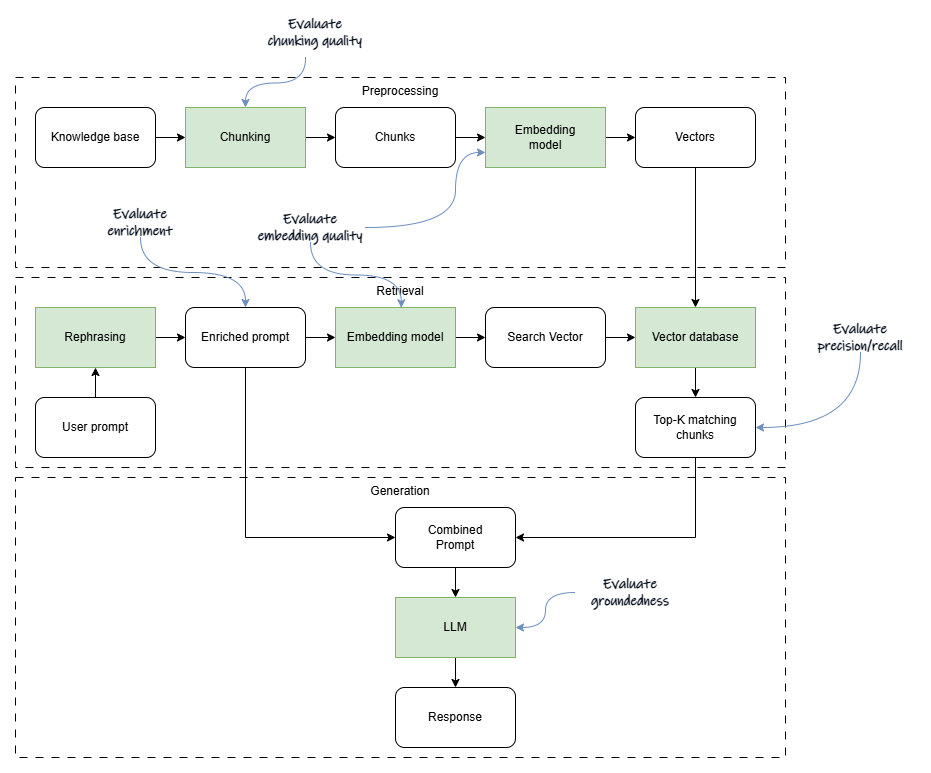
wmeints/effective-llm-applications keeps this draw.io diagram as manuscript/resources/rag-evaluation-controls.png. Above is the earlier version. Source tidied: cells renumbered, new cells last; positions are measured from the earlier drawing's top-left corner, leaving out a move shared by most shapes.
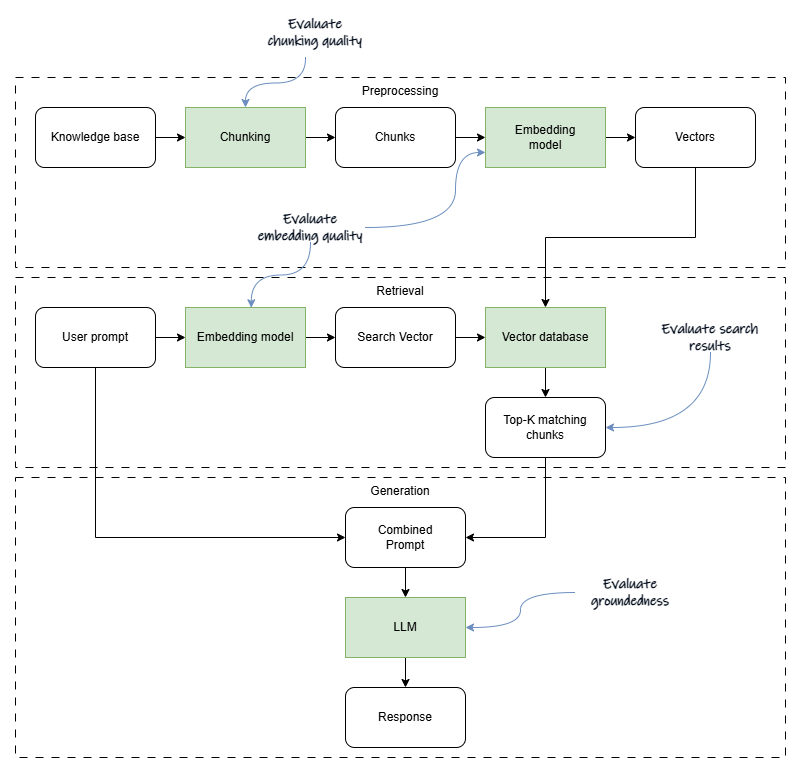
Above is the later version.

Commit message:
Add the start of the evaluation section

What changed in the source:
```diff
@@ -45,49 +45,49 @@
       <mxGeometry relative="1" as="geometry" />
     </mxCell>
     <mxCell id="16" value="Vector database" style="rounded=0;whiteSpace=wrap;html=1;fillColor=#d5e8d4;strokeColor=#82b366;" parent="1" vertex="1">
-      <mxGeometry x="620" y="290" width="120" height="60" as="geometry" />
+      <mxGeometry x="470" y="290" width="120" height="60" as="geometry" />
     </mxCell>
     <mxCell id="17" style="edgeStyle=orthogonalEdgeStyle;rounded=0;jettySize=auto;html=1;entryX=0;entryY=0.5;entryDx=0;entryDy=0;" parent="1" edge="1" source="18" target="27">
       <mxGeometry relative="1" as="geometry" />
     </mxCell>
     <mxCell id="18" value="Embedding model" style="rounded=0;whiteSpace=wrap;html=1;fillColor=#d5e8d4;strokeColor=#82b366;" parent="1" vertex="1">
-      <mxGeometry x="320" y="290" width="120" height="60" as="geometry" />
+      <mxGeometry x="170" y="290" width="120" height="60" as="geometry" />
     </mxCell>
-    <mxCell id="19" style="edgeStyle=orthogonalEdgeStyle;rounded=0;jettySize=auto;html=1;entryX=0;entryY=0.5;entryDx=0;entryDy=0;exitX=0.5;exitY=1;exitDx=0;exitDy=0;" parent="1" edge="1" source="43" target="25">
+    <mxCell id="19" style="edgeStyle=orthogonalEdgeStyle;rounded=0;jettySize=auto;html=1;entryX=0;entryY=0.5;entryDx=0;entryDy=0;" parent="1" edge="1" source="21" target="18">
       <mxGeometry relative="1" as="geometry" />
     </mxCell>
-    <mxCell id="20" style="edgeStyle=orthogonalEdgeStyle;rounded=0;jettySize=auto;html=1;entryX=0.5;entryY=1;entryDx=0;entryDy=0;" parent="1" edge="1" source="21" target="41">
+    <mxCell id="20" style="edgeStyle=orthogonalEdgeStyle;rounded=0;jettySize=auto;html=1;entryX=0;entryY=0.5;entryDx=0;entryDy=0;exitX=0.5;exitY=1;exitDx=0;exitDy=0;" parent="1" edge="1" source="21" target="25">
       <mxGeometry relative="1" as="geometry" />
     </mxCell>
     <mxCell id="21" value="User prompt" style="rounded=1;whiteSpace=wrap;html=1;" parent="1" vertex="1">
-      <mxGeometry x="20" y="380" width="120" height="60" as="geometry" />
+      <mxGeometry x="20" y="290" width="120" height="60" as="geometry" />
     </mxCell>
     <mxCell id="22" style="edgeStyle=orthogonalEdgeStyle;rounded=0;jettySize=auto;html=1;entryX=1;entryY=0.5;entryDx=0;entryDy=0;exitX=0.5;exitY=1;exitDx=0;exitDy=0;" parent="1" edge="1" source="23" target="25">
       <mxGeometry relative="1" as="geometry" />
     </mxCell>
     <mxCell id="23" value="Top-K matching chunks" style="rounded=1;whiteSpace=wrap;html=1;" parent="1" vertex="1">
-      <mxGeometry x="620" y="380" width="120" height="60" as="geometry" />
+      <mxGeometry x="470" y="380" width="120" height="60" as="geometry" />
     </mxCell>
     <mxCell id="24" style="edgeStyle=orthogonalEdgeStyle;rounded=0;jettySize=auto;html=1;entryX=0.5;entryY=0;entryDx=0;entryDy=0;" parent="1" edge="1" source="25" target="29">
       <mxGeometry relative="1" as="geometry" />
     </mxCell>
     <mxCell id="25" value="Combined&lt;div&gt;Prompt&lt;/div&gt;" style="rounded=1;whiteSpace=wrap;html=1;" parent="1" vertex="1">
-      <mxGeometry x="380" y="490" width="120" height="60" as="geometry" />
+      <mxGeometry x="330" y="490" width="120" height="60" as="geometry" />
     </mxCell>
     <mxCell id="26" style="edgeStyle=orthogonalEdgeStyle;rounded=0;jettySize=auto;html=1;entryX=0;entryY=0.5;entryDx=0;entryDy=0;" parent="1" edge="1" source="27" target="16">
       <mxGeometry relative="1" as="geometry" />
     </mxCell>
     <mxCell id="27" value="Search Vector" style="rounded=1;whiteSpace=wrap;html=1;" parent="1" vertex="1">
-      <mxGeometry x="470" y="290" width="120" height="60" as="geometry" />
+      <mxGeometry x="320" y="290" width="120" height="60" as="geometry" />
     </mxCell>
     <mxCell id="28" style="edgeStyle=orthogonalEdgeStyle;rounded=0;jettySize=auto;html=1;" parent="1" edge="1" source="29" target="30">
       <mxGeometry relative="1" as="geometry" />
     </mxCell>
     <mxCell id="29" value="LLM" style="rounded=0;whiteSpace=wrap;html=1;fillColor=#d5e8d4;strokeColor=#82b366;" parent="1" vertex="1">
-      <mxGeometry x="380" y="580" width="120" height="60" as="geometry" />
+      <mxGeometry x="330" y="580" width="120" height="60" as="geometry" />
     </mxCell>
     <mxCell id="30" value="Response" style="rounded=1;whiteSpace=wrap;html=1;" parent="1" vertex="1">
-      <mxGeometry x="380" y="670" width="120" height="60" as="geometry" />
+      <mxGeometry x="330" y="670" width="120" height="60" as="geometry" />
     </mxCell>
     <mxCell id="31" style="edgeStyle=orthogonalEdgeStyle;rounded=0;jettySize=auto;html=1;entryX=1;entryY=0.5;entryDx=0;entryDy=0;curved=1;fillColor=#dae8fc;strokeColor=#6c8ebf;" parent="1" edge="1" source="32" target="29">
       <mxGeometry relative="1" as="geometry" />
@@ -98,8 +98,8 @@
     <mxCell id="33" style="edgeStyle=orthogonalEdgeStyle;rounded=0;jettySize=auto;html=1;entryX=1;entryY=0.5;entryDx=0;entryDy=0;exitX=0.5;exitY=1;exitDx=0;exitDy=0;curved=1;fillColor=#dae8fc;strokeColor=#6c8ebf;" parent="1" edge="1" source="34" target="23">
       <mxGeometry relative="1" as="geometry" />
     </mxCell>
-    <mxCell id="34" value="Evaluate precision/recall" style="text;html=1;align=center;verticalAlign=middle;whiteSpace=wrap;rounded=0;fontFamily=Ink Free;fontSize=14;fontColor=light-dark(#000a19, #7c92b6);fontStyle=1;" parent="1" vertex="1">
-      <mxGeometry x="790" y="305" width="110" height="30" as="geometry" />
+    <mxCell id="34" value="Evaluate search results" style="text;html=1;align=center;verticalAlign=middle;whiteSpace=wrap;rounded=0;fontFamily=Ink Free;fontSize=14;fontColor=light-dark(#000a19, #7c92b6);fontStyle=1;" parent="1" vertex="1">
+      <mxGeometry x="640" y="305" width="110" height="30" as="geometry" />
     </mxCell>
     <mxCell id="35" style="edgeStyle=orthogonalEdgeStyle;rounded=0;jettySize=auto;html=1;entryX=0;entryY=0.75;entryDx=0;entryDy=0;curved=1;fillColor=#dae8fc;strokeColor=#6c8ebf;" parent="1" edge="1" source="36" target="12">
       <mxGeometry relative="1" as="geometry">
@@ -123,23 +123,5 @@
     <mxCell id="39" style="edgeStyle=orthogonalEdgeStyle;rounded=0;jettySize=auto;html=1;entryX=0.548;entryY=0.005;entryDx=0;entryDy=0;entryPerimeter=0;curved=1;fillColor=#dae8fc;strokeColor=#6c8ebf;" parent="1" edge="1" source="36" target="18">
       <mxGeometry relative="1" as="geometry" />
     </mxCell>
-    <mxCell id="40" style="edgeStyle=orthogonalEdgeStyle;rounded=0;jettySize=auto;html=1;" parent="1" edge="1" source="41" target="43">
-      <mxGeometry relative="1" as="geometry" />
-    </mxCell>
-    <mxCell id="41" value="Rephrasing" style="rounded=0;whiteSpace=wrap;html=1;fillColor=#d5e8d4;strokeColor=#82b366;" parent="1" vertex="1">
-      <mxGeometry x="20" y="290" width="120" height="60" as="geometry" />
-    </mxCell>
-    <mxCell id="42" style="edgeStyle=orthogonalEdgeStyle;rounded=0;jettySize=auto;html=1;" parent="1" edge="1" source="43" target="18">
-      <mxGeometry relative="1" as="geometry" />
-    </mxCell>
-    <mxCell id="43" value="Enriched prompt" style="rounded=1;whiteSpace=wrap;html=1;" parent="1" vertex="1">
-      <mxGeometry x="170" y="290" width="120" height="60" as="geometry" />
-    </mxCell>
-    <mxCell id="44" style="edgeStyle=orthogonalEdgeStyle;rounded=0;jettySize=auto;html=1;entryX=0.5;entryY=0;entryDx=0;entryDy=0;elbow=vertical;curved=1;fillColor=#dae8fc;strokeColor=#6c8ebf;" parent="1" edge="1" source="45" target="43">
-      <mxGeometry relative="1" as="geometry" />
-    </mxCell>
-    <mxCell id="45" value="Evaluate enrichment" style="text;html=1;align=center;verticalAlign=middle;whiteSpace=wrap;rounded=0;fontFamily=Ink Free;fontSize=14;fontColor=light-dark(#000a19, #7c92b6);fontStyle=1;" parent="1" vertex="1">
-      <mxGeometry x="70" y="190" width="110" height="30" as="geometry" />
-    </mxCell>
   </root>
 </mxGraphModel>
```
